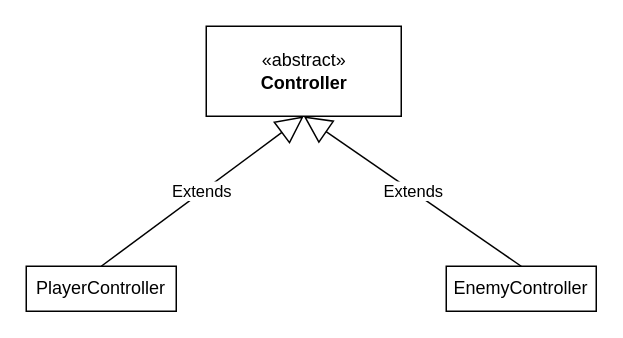
The draw.io diagram page "Controller" (4 of 5) of KaiGame_01.drawio in HiamKaito/KaiGame_01, before the edit. Source tidied: cells renumbered, new cells numbered last; positions are measured from the earlier drawing's top-left corner, leaving out a move shared by most shapes. Both pictures are drawn from the tidied source at 150%, with x=0, y=0 at pixel (26, 26).
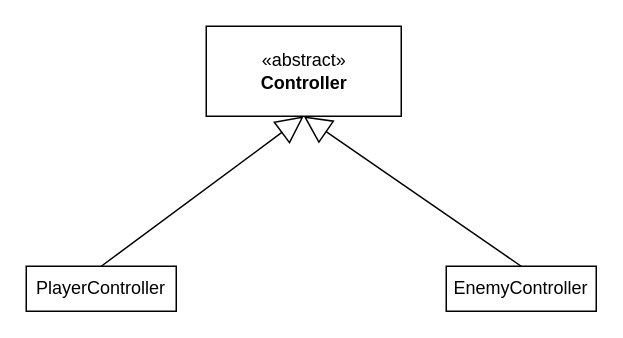
The same diagram, later.

Change to the diagram source:
```diff
@@
 <mxGraphModel>
   <root>
     <mxCell id="0" />
     <mxCell id="1" parent="0" />
     <mxCell id="2" value="PlayerController" style="rounded=0;whiteSpace=wrap;html=1;" parent="1" vertex="1">
       <mxGeometry y="160" width="100" height="30" as="geometry" />
     </mxCell>
-    <mxCell id="3" value="Extends" style="endArrow=block;endSize=16;endFill=0;html=1;exitX=0.5;exitY=0;exitDx=0;exitDy=0;entryX=0.5;entryY=1;entryDx=0;entryDy=0;" parent="1" edge="1" source="2" target="4">
+    <mxCell id="3" style="endArrow=block;endSize=16;endFill=0;html=1;exitX=0.5;exitY=0;exitDx=0;exitDy=0;entryX=0.5;entryY=1;entryDx=0;entryDy=0;" parent="1" edge="1" source="2" target="4">
       <mxGeometry relative="1" as="geometry" />
     </mxCell>
     <mxCell id="4" value="«abstract»&lt;br&gt;&lt;b&gt;Controller&lt;/b&gt;" style="html=1;" parent="1" vertex="1">
       <mxGeometry x="120" width="130" height="60" as="geometry" />
     </mxCell>
     <mxCell id="5" value="EnemyController" style="rounded=0;whiteSpace=wrap;html=1;" parent="1" vertex="1">
       <mxGeometry x="280" y="160" width="100" height="30" as="geometry" />
     </mxCell>
-    <mxCell id="6" value="Extends" style="endArrow=block;endSize=16;endFill=0;html=1;exitX=0.5;exitY=0;exitDx=0;exitDy=0;entryX=0.5;entryY=1;entryDx=0;entryDy=0;" parent="1" edge="1" source="5" target="4">
+    <mxCell id="6" style="endArrow=block;endSize=16;endFill=0;html=1;exitX=0.5;exitY=0;exitDx=0;exitDy=0;entryX=0.5;entryY=1;entryDx=0;entryDy=0;" parent="1" edge="1" source="5" target="4">
       <mxGeometry relative="1" as="geometry" />
     </mxCell>
   </root>
 </mxGraphModel>
```
